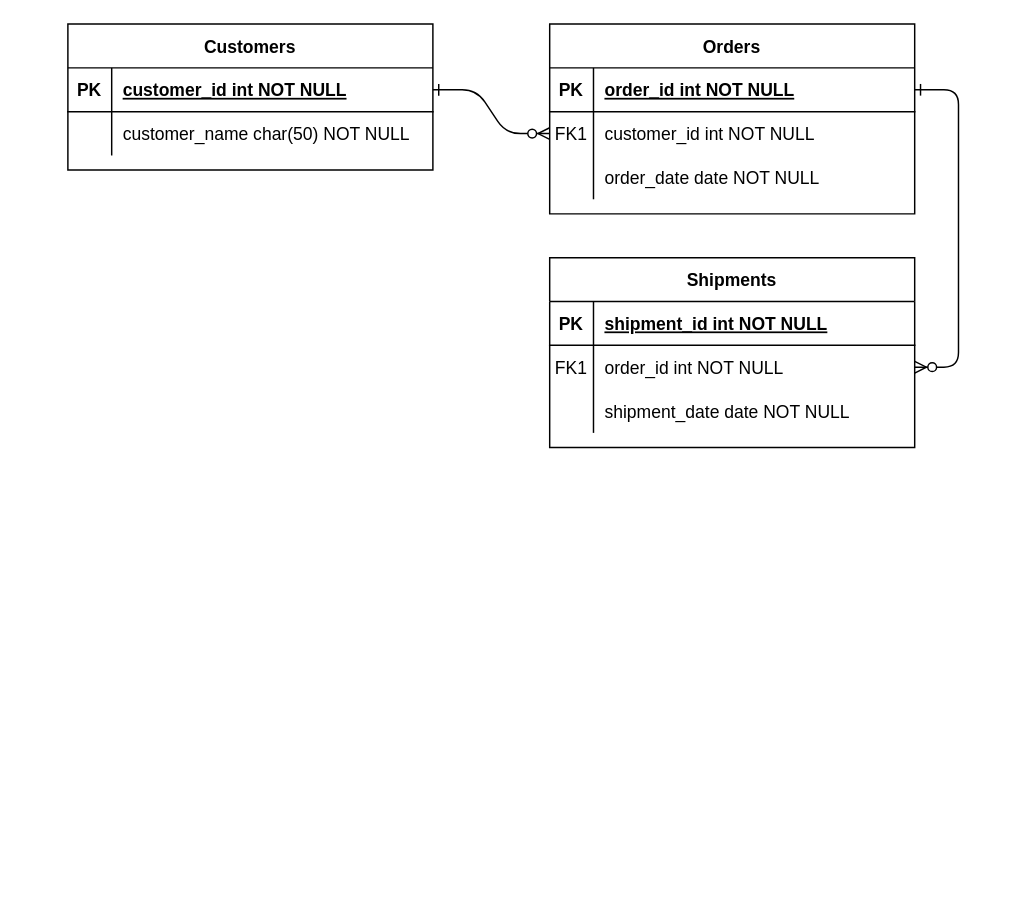
Above: DB/계절학기/Untitled Diagram.drawio in noggrie21/WIL (draw.io), before the change. Source tidied: cells renumbered, new cells numbered last; positions are measured from the earlier drawing's top-left corner, leaving out a move shared by most shapes. Both pictures are drawn from the tidied source at 146%, with x=0, y=0 at pixel (67, 23).
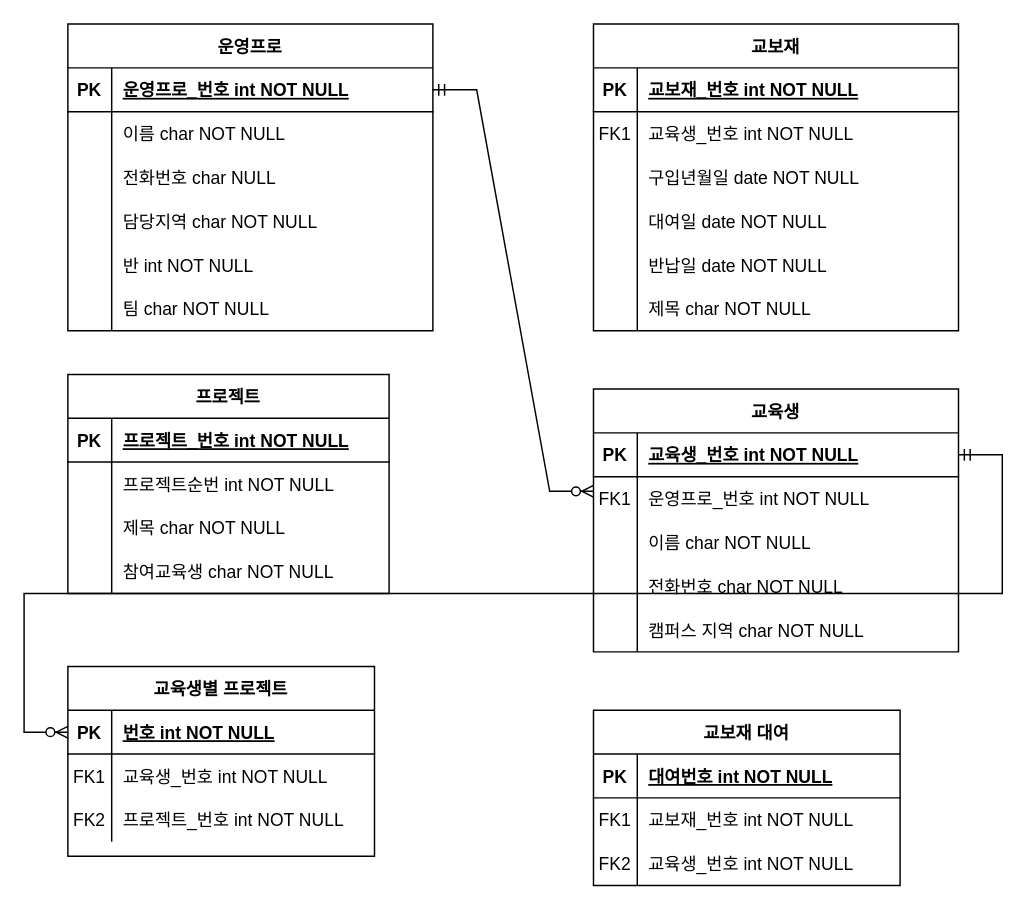
Above is the later version.

Commit message:
기본 스키마 구성 완료

Unchanged cells that the change refers to:
```xml
<mxCell id="5" style="shape=partialRectangle;fillColor=none;points=[[0,0.5],[1,0.5]];portConstraint=eastwest;top=0;left=0;right=0;bottom=1;" parent="4" vertex="1">
  <mxGeometry y="30" width="250" height="30" as="geometry" />
</mxCell>
<mxCell id="8" style="shape=partialRectangle;fillColor=none;points=[[0,0.5],[1,0.5]];portConstraint=eastwest;top=0;left=0;right=0;bottom=0;" parent="4" vertex="1">
  <mxGeometry y="60" width="250" height="30" as="geometry" />
</mxCell>
<mxCell id="11" style="shape=partialRectangle;fillColor=none;top=0;left=0;right=0;bottom=0;" parent="4" vertex="1">
  <mxGeometry y="90" width="250" height="30" as="geometry" />
</mxCell>
<mxCell id="15" style="shape=partialRectangle;fillColor=none;points=[[0,0.5],[1,0.5]];portConstraint=eastwest;top=0;left=0;right=0;bottom=1;" parent="14" vertex="1">
  <mxGeometry y="30" width="250" height="30" as="geometry" />
</mxCell>
<mxCell id="18" style="shape=partialRectangle;fillColor=none;points=[[0,0.5],[1,0.5]];portConstraint=eastwest;top=0;left=0;right=0;bottom=0;" parent="14" vertex="1">
  <mxGeometry y="60" width="250" height="30" as="geometry" />
</mxCell>
<mxCell id="25" style="shape=partialRectangle;fillColor=none;points=[[0,0.5],[1,0.5]];portConstraint=eastwest;top=0;left=0;right=0;bottom=1;" parent="24" vertex="1">
  <mxGeometry y="30" width="250" height="30" as="geometry" />
</mxCell>
<mxCell id="28" style="shape=partialRectangle;fillColor=none;top=0;left=0;right=0;bottom=0;" parent="24" vertex="1">
  <mxGeometry y="60" width="250" height="30" as="geometry" />
</mxCell>
```

The edit, as a diff of the source:
```diff
@@
-    <mxCell id="2" style="edgeStyle=entityRelationEdgeStyle;endArrow=ERzeroToMany;startArrow=ERone;endFill=1;startFill=0;" parent="1" edge="1" source="25" target="8">
-      <mxGeometry relative="1" as="geometry" />
-    </mxCell>
-    <mxCell id="3" style="edgeStyle=entityRelationEdgeStyle;endArrow=ERzeroToMany;startArrow=ERone;endFill=1;startFill=0;" parent="1" edge="1" source="5" target="18">
-      <mxGeometry relative="1" as="geometry" />
-    </mxCell>
-    <mxCell id="4" value="Orders" style="shape=table;startSize=30;childLayout=tableLayout;rowLines=0;fontStyle=1;align=center;" parent="1" vertex="1">
-      <mxGeometry x="330" width="250" height="130" as="geometry" />
+    <mxCell id="4" value="교보재" style="shape=table;startSize=30;childLayout=tableLayout;rowLines=0;fontStyle=1;align=center;" parent="1" vertex="1">
+      <mxGeometry x="360" width="250" height="210" as="geometry" />
     </mxCell>
@@
-    <mxCell id="7" value="order_id int NOT NULL " style="shape=partialRectangle;overflow=hidden;fillColor=none;top=0;left=0;bottom=0;right=0;align=left;spacingLeft=6;fontStyle=5;" parent="5" vertex="1">
+    <mxCell id="7" value="교보재_번호 int NOT NULL" style="shape=partialRectangle;overflow=hidden;fillColor=none;top=0;left=0;bottom=0;right=0;align=left;spacingLeft=6;fontStyle=5;" parent="5" vertex="1">
       <mxGeometry x="30" width="220" height="30" as="geometry" />
     </mxCell>
@@
-    <mxCell id="10" value="customer_id int NOT NULL" style="shape=partialRectangle;overflow=hidden;fillColor=none;top=0;left=0;bottom=0;right=0;align=left;spacingLeft=6;" parent="8" vertex="1">
+    <mxCell id="10" value="교육생_번호 int NOT NULL " style="shape=partialRectangle;overflow=hidden;fillColor=none;top=0;left=0;bottom=0;right=0;align=left;spacingLeft=6;" parent="8" vertex="1">
       <mxGeometry x="30" width="220" height="30" as="geometry" />
     </mxCell>
@@
-    <mxCell id="13" value="order_date date NOT NULL" style="shape=partialRectangle;overflow=hidden;fillColor=none;top=0;left=0;bottom=0;right=0;align=left;spacingLeft=6;" parent="11" vertex="1">
+    <mxCell id="13" value="구입년월일 date NOT NULL" style="shape=partialRectangle;overflow=hidden;fillColor=none;top=0;left=0;bottom=0;right=0;align=left;spacingLeft=6;" parent="11" vertex="1">
       <mxGeometry x="30" width="220" height="30" as="geometry" />
     </mxCell>
+    <mxCell id="31" style="shape=partialRectangle;fillColor=none;top=0;left=0;right=0;bottom=0;" parent="4" vertex="1">
+      <mxGeometry y="120" width="250" height="30" as="geometry" />
+    </mxCell>
+    <mxCell id="32" style="shape=partialRectangle;overflow=hidden;fillColor=none;top=0;left=0;bottom=0;right=0;" parent="31" vertex="1">
+      <mxGeometry width="30" height="30" as="geometry" />
+    </mxCell>
+    <mxCell id="33" value="대여일 date NOT NULL" style="shape=partialRectangle;overflow=hidden;fillColor=none;top=0;left=0;bottom=0;right=0;align=left;spacingLeft=6;" parent="31" vertex="1">
+      <mxGeometry x="30" width="220" height="30" as="geometry" />
+    </mxCell>
+    <mxCell id="34" style="shape=partialRectangle;fillColor=none;top=0;left=0;right=0;bottom=0;" parent="4" vertex="1">
+      <mxGeometry y="150" width="250" height="30" as="geometry" />
+    </mxCell>
+    <mxCell id="35" style="shape=partialRectangle;overflow=hidden;fillColor=none;top=0;left=0;bottom=0;right=0;" parent="34" vertex="1">
+      <mxGeometry width="30" height="30" as="geometry" />
+    </mxCell>
+    <mxCell id="36" value="반납일 date NOT NULL" style="shape=partialRectangle;overflow=hidden;fillColor=none;top=0;left=0;bottom=0;right=0;align=left;spacingLeft=6;" parent="34" vertex="1">
+      <mxGeometry x="30" width="220" height="30" as="geometry" />
+    </mxCell>
+    <mxCell id="37" style="shape=partialRectangle;fillColor=none;top=0;left=0;right=0;bottom=0;" parent="4" vertex="1">
+      <mxGeometry y="180" width="250" height="30" as="geometry" />
+    </mxCell>
+    <mxCell id="38" style="shape=partialRectangle;overflow=hidden;fillColor=none;top=0;left=0;bottom=0;right=0;" parent="37" vertex="1">
+      <mxGeometry width="30" height="30" as="geometry" />
+    </mxCell>
+    <mxCell id="39" style="shape=partialRectangle;overflow=hidden;fillColor=none;top=0;left=0;bottom=0;right=0;align=left;spacingLeft=6;" parent="37" vertex="1">
+      <mxGeometry x="30" width="220" height="30" as="geometry" />
+    </mxCell>
-    <mxCell id="14" value="Shipments" style="shape=table;startSize=30;childLayout=tableLayout;rowLines=0;fontStyle=1;align=center;" parent="1" vertex="1">
-      <mxGeometry x="330" y="160" width="250" height="130" as="geometry" />
+    <mxCell id="14" value="교육생" style="shape=table;startSize=30;childLayout=tableLayout;rowLines=0;fontStyle=1;align=center;" parent="1" vertex="1">
+      <mxGeometry x="360" y="250" width="250" height="180" as="geometry" />
     </mxCell>
@@
-    <mxCell id="17" value="shipment_id int NOT NULL " style="shape=partialRectangle;overflow=hidden;fillColor=none;top=0;left=0;bottom=0;right=0;align=left;spacingLeft=6;fontStyle=5;" parent="15" vertex="1">
+    <mxCell id="17" value="교육생_번호 int NOT NULL " style="shape=partialRectangle;overflow=hidden;fillColor=none;top=0;left=0;bottom=0;right=0;align=left;spacingLeft=6;fontStyle=5;" parent="15" vertex="1">
       <mxGeometry x="30" width="220" height="30" as="geometry" />
     </mxCell>
@@
-    <mxCell id="20" value="order_id int NOT NULL" style="shape=partialRectangle;overflow=hidden;fillColor=none;top=0;left=0;bottom=0;right=0;align=left;spacingLeft=6;" parent="18" vertex="1">
+    <mxCell id="20" value="운영프로_번호 int NOT NULL" style="shape=partialRectangle;overflow=hidden;fillColor=none;top=0;left=0;bottom=0;right=0;align=left;spacingLeft=6;" parent="18" vertex="1">
       <mxGeometry x="30" width="220" height="30" as="geometry" />
     </mxCell>
+    <mxCell id="40" style="shape=partialRectangle;fillColor=none;top=0;left=0;right=0;bottom=0;" parent="14" vertex="1">
+      <mxGeometry y="90" width="250" height="30" as="geometry" />
+    </mxCell>
+    <mxCell id="41" style="shape=partialRectangle;overflow=hidden;fillColor=none;top=0;left=0;bottom=0;right=0;" parent="40" vertex="1">
+      <mxGeometry width="30" height="30" as="geometry" />
+    </mxCell>
+    <mxCell id="42" value="이름 char NOT NULL" style="shape=partialRectangle;overflow=hidden;fillColor=none;top=0;left=0;bottom=0;right=0;align=left;spacingLeft=6;" parent="40" vertex="1">
+      <mxGeometry x="30" width="220" height="30" as="geometry" />
+    </mxCell>
     <mxCell id="21" style="shape=partialRectangle;fillColor=none;top=0;left=0;right=0;bottom=0;" parent="14" vertex="1">
-      <mxGeometry y="90" width="250" height="30" as="geometry" />
+      <mxGeometry y="120" width="250" height="30" as="geometry" />
     </mxCell>
@@
-    <mxCell id="23" value="shipment_date date NOT NULL" style="shape=partialRectangle;overflow=hidden;fillColor=none;top=0;left=0;bottom=0;right=0;align=left;spacingLeft=6;" parent="21" vertex="1">
+    <mxCell id="23" value="전화번호 char NOT NULL" style="shape=partialRectangle;overflow=hidden;fillColor=none;top=0;left=0;bottom=0;right=0;align=left;spacingLeft=6;" parent="21" vertex="1">
       <mxGeometry x="30" width="220" height="30" as="geometry" />
     </mxCell>
+    <mxCell id="43" style="shape=partialRectangle;fillColor=none;top=0;left=0;right=0;bottom=0;" parent="14" vertex="1">
+      <mxGeometry y="150" width="250" height="30" as="geometry" />
+    </mxCell>
+    <mxCell id="44" style="shape=partialRectangle;overflow=hidden;fillColor=none;top=0;left=0;bottom=0;right=0;" parent="43" vertex="1">
+      <mxGeometry width="30" height="30" as="geometry" />
+    </mxCell>
+    <mxCell id="45" value="캠퍼스 지역 char NOT NULL" style="shape=partialRectangle;overflow=hidden;fillColor=none;top=0;left=0;bottom=0;right=0;align=left;spacingLeft=6;" parent="43" vertex="1">
+      <mxGeometry x="30" width="220" height="30" as="geometry" />
+    </mxCell>
-    <mxCell id="24" value="Customers" style="shape=table;startSize=30;childLayout=tableLayout;rowLines=0;fontStyle=1;align=center;" parent="1" vertex="1">
-      <mxGeometry width="250" height="100" as="geometry" />
+    <mxCell id="24" value="운영프로" style="shape=table;startSize=30;childLayout=tableLayout;rowLines=0;fontStyle=1;align=center;" parent="1" vertex="1">
+      <mxGeometry width="250" height="210" as="geometry" />
     </mxCell>
@@
-    <mxCell id="27" value="customer_id int NOT NULL " style="shape=partialRectangle;overflow=hidden;fillColor=none;top=0;left=0;bottom=0;right=0;align=left;spacingLeft=6;fontStyle=5;" parent="25" vertex="1">
+    <mxCell id="27" value="운영프로_번호 int NOT NULL" style="shape=partialRectangle;overflow=hidden;fillColor=none;top=0;left=0;bottom=0;right=0;align=left;spacingLeft=6;fontStyle=5;" parent="25" vertex="1">
       <mxGeometry x="30" width="220" height="30" as="geometry" />
     </mxCell>
@@
-    <mxCell id="30" value="customer_name char(50) NOT NULL" style="shape=partialRectangle;overflow=hidden;fillColor=none;top=0;left=0;bottom=0;right=0;align=left;spacingLeft=6;" parent="28" vertex="1">
+    <mxCell id="30" value="이름 char NOT NULL" style="shape=partialRectangle;overflow=hidden;fillColor=none;top=0;left=0;bottom=0;right=0;align=left;spacingLeft=6;" parent="28" vertex="1">
       <mxGeometry x="30" width="220" height="30" as="geometry" />
     </mxCell>
+    <mxCell id="46" style="shape=partialRectangle;fillColor=none;top=0;left=0;right=0;bottom=0;" parent="24" vertex="1">
+      <mxGeometry y="90" width="250" height="30" as="geometry" />
+    </mxCell>
+    <mxCell id="47" style="shape=partialRectangle;overflow=hidden;fillColor=none;top=0;left=0;bottom=0;right=0;" parent="46" vertex="1">
+      <mxGeometry width="30" height="30" as="geometry" />
+    </mxCell>
+    <mxCell id="48" value="전화번호 char NULL" style="shape=partialRectangle;overflow=hidden;fillColor=none;top=0;left=0;bottom=0;right=0;align=left;spacingLeft=6;" parent="46" vertex="1">
+      <mxGeometry x="30" width="220" height="30" as="geometry" />
+    </mxCell>
+    <mxCell id="49" style="shape=partialRectangle;fillColor=none;top=0;left=0;right=0;bottom=0;" parent="24" vertex="1">
+      <mxGeometry y="120" width="250" height="30" as="geometry" />
+    </mxCell>
+    <mxCell id="50" style="shape=partialRectangle;overflow=hidden;fillColor=none;top=0;left=0;bottom=0;right=0;" parent="49" vertex="1">
+      <mxGeometry width="30" height="30" as="geometry" />
+    </mxCell>
+    <mxCell id="51" value="담당지역 char NOT NULL" style="shape=partialRectangle;overflow=hidden;fillColor=none;top=0;left=0;bottom=0;right=0;align=left;spacingLeft=6;" parent="49" vertex="1">
+      <mxGeometry x="30" width="220" height="30" as="geometry" />
+    </mxCell>
+    <mxCell id="52" style="shape=partialRectangle;fillColor=none;top=0;left=0;right=0;bottom=0;" parent="24" vertex="1">
+      <mxGeometry y="150" width="250" height="30" as="geometry" />
+    </mxCell>
+    <mxCell id="53" style="shape=partialRectangle;overflow=hidden;fillColor=none;top=0;left=0;bottom=0;right=0;" parent="52" vertex="1">
+      <mxGeometry width="30" height="30" as="geometry" />
+    </mxCell>
+    <mxCell id="54" value="반 int NOT NULL" style="shape=partialRectangle;overflow=hidden;fillColor=none;top=0;left=0;bottom=0;right=0;align=left;spacingLeft=6;" parent="52" vertex="1">
+      <mxGeometry x="30" width="220" height="30" as="geometry" />
+    </mxCell>
+    <mxCell id="55" style="shape=partialRectangle;fillColor=none;top=0;left=0;right=0;bottom=0;" parent="24" vertex="1">
+      <mxGeometry y="180" width="250" height="30" as="geometry" />
+    </mxCell>
+    <mxCell id="56" style="shape=partialRectangle;overflow=hidden;fillColor=none;top=0;left=0;bottom=0;right=0;" parent="55" vertex="1">
+      <mxGeometry width="30" height="30" as="geometry" />
+    </mxCell>
+    <mxCell id="57" value="팀 char NOT NULL" style="shape=partialRectangle;overflow=hidden;fillColor=none;top=0;left=0;bottom=0;right=0;align=left;spacingLeft=6;" parent="55" vertex="1">
+      <mxGeometry x="30" width="220" height="30" as="geometry" />
+    </mxCell>
+    <mxCell id="58" value="프로젝트" style="shape=table;startSize=30;childLayout=tableLayout;rowLines=0;fontStyle=1;align=center;" parent="1" vertex="1">
+      <mxGeometry y="240" width="220" height="150" as="geometry" />
+    </mxCell>
+    <mxCell id="59" style="shape=tableRow;horizontal=0;startSize=0;swimlaneHead=0;swimlaneBody=0;fillColor=none;top=0;left=0;right=0;bottom=1;" parent="58" vertex="1">
+      <mxGeometry y="30" width="220" height="30" as="geometry" />
+    </mxCell>
+    <mxCell id="60" value="PK" style="shape=partialRectangle;fillColor=none;top=0;left=0;bottom=0;right=0;fontStyle=1;overflow=hidden;" parent="59" vertex="1">
+      <mxGeometry width="30" height="30" as="geometry" />
+    </mxCell>
+    <mxCell id="61" value="프로젝트_번호 int NOT NULL" style="shape=partialRectangle;fillColor=none;top=0;left=0;bottom=0;right=0;align=left;spacingLeft=6;fontStyle=5;overflow=hidden;" parent="59" vertex="1">
+      <mxGeometry x="30" width="190" height="30" as="geometry" />
+    </mxCell>
+    <mxCell id="62" style="shape=tableRow;horizontal=0;startSize=0;swimlaneHead=0;swimlaneBody=0;fillColor=none;top=0;left=0;right=0;bottom=0;" parent="58" vertex="1">
+      <mxGeometry y="60" width="220" height="30" as="geometry" />
+    </mxCell>
+    <mxCell id="63" style="shape=partialRectangle;fillColor=none;top=0;left=0;bottom=0;right=0;overflow=hidden;" parent="62" vertex="1">
+      <mxGeometry width="30" height="30" as="geometry" />
+    </mxCell>
+    <mxCell id="64" value="프로젝트순번 int NOT NULL" style="shape=partialRectangle;fillColor=none;top=0;left=0;bottom=0;right=0;align=left;spacingLeft=6;overflow=hidden;" parent="62" vertex="1">
+      <mxGeometry x="30" width="190" height="30" as="geometry" />
+    </mxCell>
+    <mxCell id="65" style="shape=tableRow;horizontal=0;startSize=0;swimlaneHead=0;swimlaneBody=0;fillColor=none;top=0;left=0;right=0;bottom=0;" parent="58" vertex="1">
+      <mxGeometry y="90" width="220" height="30" as="geometry" />
+    </mxCell>
+    <mxCell id="66" style="shape=partialRectangle;fillColor=none;top=0;left=0;bottom=0;right=0;overflow=hidden;" parent="65" vertex="1">
+      <mxGeometry width="30" height="30" as="geometry" />
+    </mxCell>
+    <mxCell id="67" value="제목 char NOT NULL" style="shape=partialRectangle;fillColor=none;top=0;left=0;bottom=0;right=0;align=left;spacingLeft=6;overflow=hidden;" parent="65" vertex="1">
+      <mxGeometry x="30" width="190" height="30" as="geometry" />
+    </mxCell>
+    <mxCell id="68" style="shape=tableRow;horizontal=0;startSize=0;swimlaneHead=0;swimlaneBody=0;fillColor=none;top=0;left=0;right=0;bottom=0;" parent="58" vertex="1">
+      <mxGeometry y="120" width="220" height="30" as="geometry" />
+    </mxCell>
+    <mxCell id="69" style="shape=partialRectangle;fillColor=none;top=0;left=0;bottom=0;right=0;overflow=hidden;" parent="68" vertex="1">
+      <mxGeometry width="30" height="30" as="geometry" />
+    </mxCell>
+    <mxCell id="70" value="참여교육생 char NOT NULL" style="shape=partialRectangle;fillColor=none;top=0;left=0;bottom=0;right=0;align=left;spacingLeft=6;overflow=hidden;" parent="68" vertex="1">
+      <mxGeometry x="30" width="190" height="30" as="geometry" />
+    </mxCell>
+    <mxCell id="71" value="제목 char NOT NULL" style="shape=partialRectangle;overflow=hidden;fillColor=none;top=0;left=0;bottom=0;right=0;align=left;spacingLeft=6;" parent="1" vertex="1">
+      <mxGeometry x="390" y="180" width="220" height="30" as="geometry" />
+    </mxCell>
+    <mxCell id="72" style="edgeStyle=entityRelationEdgeStyle;fontSize=12;html=1;endArrow=ERzeroToMany;startArrow=ERmandOne;rounded=0;entryX=0;entryY=0.333;entryDx=0;entryDy=0;entryPerimeter=0;exitX=1;exitY=0.5;exitDx=0;exitDy=0;" parent="1" edge="1" source="25" target="18">
+      <mxGeometry relative="1" as="geometry" />
+    </mxCell>
+    <mxCell id="73" value="교육생별 프로젝트" style="shape=table;startSize=30;childLayout=tableLayout;rowLines=0;fontStyle=1;align=center;" parent="1" vertex="1">
+      <mxGeometry y="440" width="210" height="130" as="geometry" />
+    </mxCell>
+    <mxCell id="74" style="shape=tableRow;horizontal=0;startSize=0;swimlaneHead=0;swimlaneBody=0;fillColor=none;top=0;left=0;right=0;bottom=1;" parent="73" vertex="1">
+      <mxGeometry y="30" width="210" height="30" as="geometry" />
+    </mxCell>
+    <mxCell id="75" value="PK" style="shape=partialRectangle;fillColor=none;top=0;left=0;bottom=0;right=0;fontStyle=1;overflow=hidden;" parent="74" vertex="1">
+      <mxGeometry width="30" height="30" as="geometry" />
+    </mxCell>
+    <mxCell id="76" value="번호 int NOT NULL" style="shape=partialRectangle;fillColor=none;top=0;left=0;bottom=0;right=0;align=left;spacingLeft=6;fontStyle=5;overflow=hidden;" parent="74" vertex="1">
+      <mxGeometry x="30" width="180" height="30" as="geometry" />
+    </mxCell>
+    <mxCell id="77" style="shape=tableRow;horizontal=0;startSize=0;swimlaneHead=0;swimlaneBody=0;fillColor=none;top=0;left=0;right=0;bottom=0;" parent="73" vertex="1">
+      <mxGeometry y="60" width="210" height="30" as="geometry" />
+    </mxCell>
+    <mxCell id="78" value="FK1" style="shape=partialRectangle;fillColor=none;top=0;left=0;bottom=0;right=0;overflow=hidden;" parent="77" vertex="1">
+      <mxGeometry width="30" height="30" as="geometry" />
+    </mxCell>
+    <mxCell id="79" value="교육생_번호 int NOT NULL" style="shape=partialRectangle;fillColor=none;top=0;left=0;bottom=0;right=0;align=left;spacingLeft=6;overflow=hidden;" parent="77" vertex="1">
+      <mxGeometry x="30" width="180" height="30" as="geometry" />
+    </mxCell>
+    <mxCell id="80" style="shape=tableRow;horizontal=0;startSize=0;swimlaneHead=0;swimlaneBody=0;fillColor=none;top=0;left=0;right=0;bottom=0;" parent="73" vertex="1">
+      <mxGeometry y="90" width="210" height="30" as="geometry" />
+    </mxCell>
+    <mxCell id="81" value="FK2" style="shape=partialRectangle;fillColor=none;top=0;left=0;bottom=0;right=0;overflow=hidden;" parent="80" vertex="1">
+      <mxGeometry width="30" height="30" as="geometry" />
+    </mxCell>
+    <mxCell id="82" value="프로젝트_번호 int NOT NULL" style="shape=partialRectangle;fillColor=none;top=0;left=0;bottom=0;right=0;align=left;spacingLeft=6;overflow=hidden;" parent="80" vertex="1">
+      <mxGeometry x="30" width="180" height="30" as="geometry" />
+    </mxCell>
+    <mxCell id="83" value="교보재 대여" style="shape=table;startSize=30;childLayout=tableLayout;rowLines=0;fontStyle=1;align=center;" parent="1" vertex="1">
+      <mxGeometry x="360" y="470" width="210" height="120" as="geometry" />
+    </mxCell>
+    <mxCell id="84" style="shape=tableRow;horizontal=0;startSize=0;swimlaneHead=0;swimlaneBody=0;fillColor=none;top=0;left=0;right=0;bottom=1;" parent="83" vertex="1">
+      <mxGeometry y="30" width="210" height="30" as="geometry" />
+    </mxCell>
+    <mxCell id="85" value="PK" style="shape=partialRectangle;fillColor=none;top=0;left=0;bottom=0;right=0;fontStyle=1;overflow=hidden;" parent="84" vertex="1">
+      <mxGeometry width="30" height="30" as="geometry" />
+    </mxCell>
+    <mxCell id="86" value="대여번호 int NOT NULL" style="shape=partialRectangle;fillColor=none;top=0;left=0;bottom=0;right=0;align=left;spacingLeft=6;fontStyle=5;overflow=hidden;" parent="84" vertex="1">
+      <mxGeometry x="30" width="180" height="30" as="geometry" />
+    </mxCell>
+    <mxCell id="87" style="shape=tableRow;horizontal=0;startSize=0;swimlaneHead=0;swimlaneBody=0;fillColor=none;top=0;left=0;right=0;bottom=0;" parent="83" vertex="1">
+      <mxGeometry y="60" width="210" height="30" as="geometry" />
+    </mxCell>
+    <mxCell id="88" value="FK1" style="shape=partialRectangle;fillColor=none;top=0;left=0;bottom=0;right=0;overflow=hidden;" parent="87" vertex="1">
+      <mxGeometry width="30" height="30" as="geometry" />
+    </mxCell>
+    <mxCell id="89" value="교보재_번호 int NOT NULL" style="shape=partialRectangle;fillColor=none;top=0;left=0;bottom=0;right=0;align=left;spacingLeft=6;overflow=hidden;" parent="87" vertex="1">
+      <mxGeometry x="30" width="180" height="30" as="geometry" />
+    </mxCell>
+    <mxCell id="90" style="shape=tableRow;horizontal=0;startSize=0;swimlaneHead=0;swimlaneBody=0;fillColor=none;top=0;left=0;right=0;bottom=0;" parent="83" vertex="1">
+      <mxGeometry y="90" width="210" height="30" as="geometry" />
+    </mxCell>
+    <mxCell id="91" value="FK2" style="shape=partialRectangle;fillColor=none;top=0;left=0;bottom=0;right=0;overflow=hidden;" parent="90" vertex="1">
+      <mxGeometry width="30" height="30" as="geometry" />
+    </mxCell>
+    <mxCell id="92" value="교육생_번호 int NOT NULL" style="shape=partialRectangle;fillColor=none;top=0;left=0;bottom=0;right=0;align=left;spacingLeft=6;overflow=hidden;" parent="90" vertex="1">
+      <mxGeometry x="30" width="180" height="30" as="geometry" />
+    </mxCell>
+    <mxCell id="93" style="edgeStyle=entityRelationEdgeStyle;fontSize=12;html=1;endArrow=ERzeroToMany;startArrow=ERmandOne;rounded=0;exitX=1;exitY=0.5;exitDx=0;exitDy=0;" parent="1" edge="1" source="15">
+      <mxGeometry relative="1" as="geometry">
+        <mxPoint y="485" as="targetPoint" />
+      </mxGeometry>
+    </mxCell>
```
